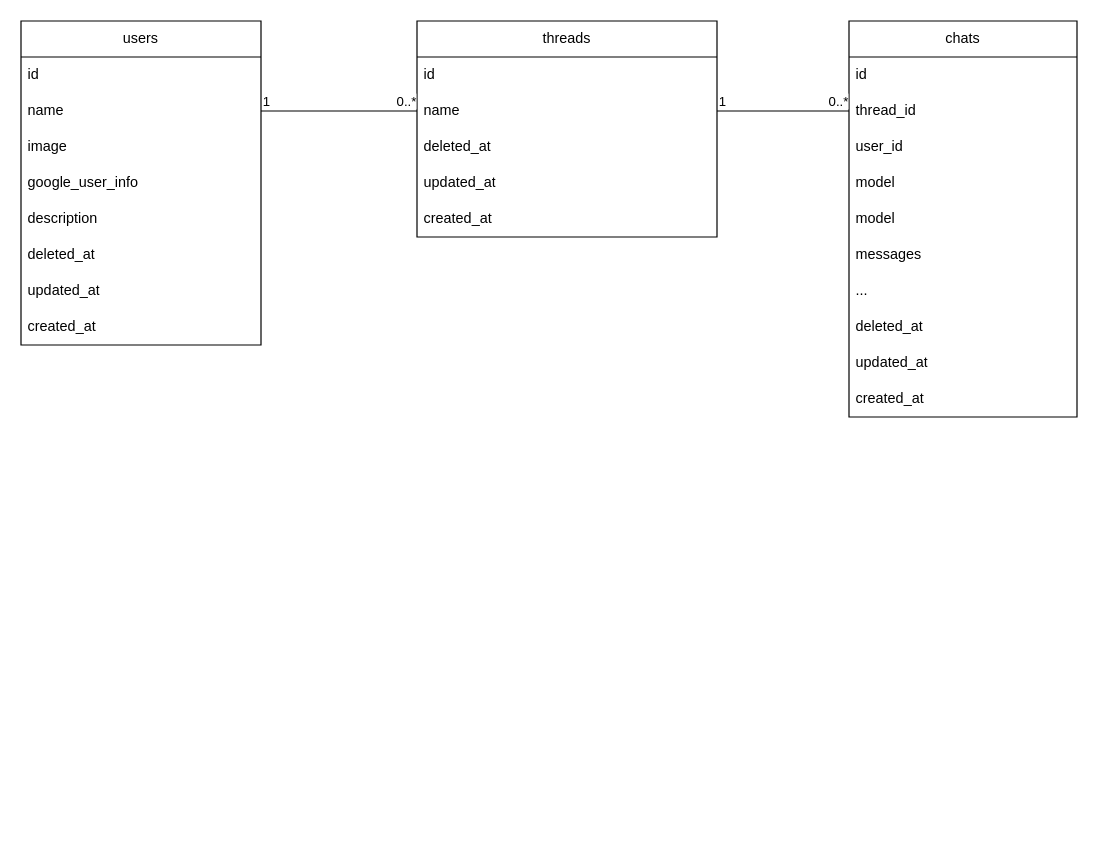
bamboo-house/BambooGPT keeps this draw.io diagram as docs/basic-design/er.drawio. Above is the earlier version. Source tidied: cells renumbered, new cells numbered last; positions are measured from the earlier drawing's top-left corner, leaving out a move shared by most shapes. Both pictures are drawn from the tidied source at 120%, with x=0, y=0 at pixel (20, 20).
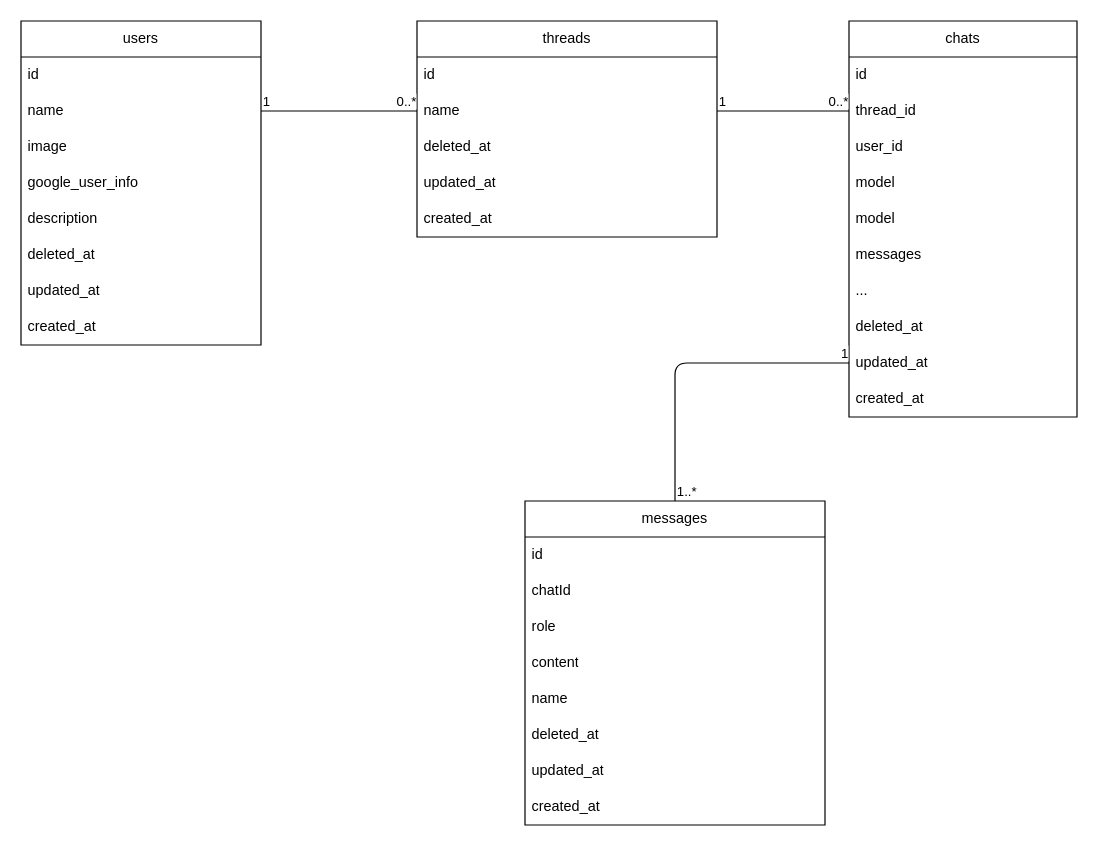
The same page after the edit.

The change refers to these unchanged cells:
```xml
<mxCell id="11" value="updated_at" style="text;strokeColor=none;fillColor=none;align=left;verticalAlign=middle;spacingLeft=4;spacingRight=4;overflow=hidden;points=[[0,0.5],[1,0.5]];portConstraint=eastwest;whiteSpace=wrap;html=1;" parent="2" vertex="1">
  <mxGeometry y="270" width="190" height="30" as="geometry" />
</mxCell>
```

Diff of the diagram source:
```diff
@@
+    <mxCell id="34" value="messages" style="swimlane;fontStyle=0;horizontal=1;startSize=30;whiteSpace=wrap;html=1;" parent="1" vertex="1">
+      <mxGeometry x="420" y="400" width="250" height="270" as="geometry" />
+    </mxCell>
+    <mxCell id="35" value="id" style="text;strokeColor=none;fillColor=none;align=left;verticalAlign=middle;spacingLeft=4;spacingRight=4;overflow=hidden;whiteSpace=wrap;html=1;" parent="34" vertex="1">
+      <mxGeometry y="30" width="250" height="30" as="geometry" />
+    </mxCell>
+    <mxCell id="36" value="chatId" style="text;strokeColor=none;fillColor=none;align=left;verticalAlign=middle;spacingLeft=4;spacingRight=4;overflow=hidden;whiteSpace=wrap;html=1;" parent="34" vertex="1">
+      <mxGeometry y="60" width="250" height="30" as="geometry" />
+    </mxCell>
+    <mxCell id="37" value="role" style="text;strokeColor=none;fillColor=none;align=left;verticalAlign=middle;spacingLeft=4;spacingRight=4;overflow=hidden;whiteSpace=wrap;html=1;" parent="34" vertex="1">
+      <mxGeometry y="90" width="250" height="30" as="geometry" />
+    </mxCell>
+    <mxCell id="38" value="content" style="text;strokeColor=none;fillColor=none;align=left;verticalAlign=middle;spacingLeft=4;spacingRight=4;overflow=hidden;whiteSpace=wrap;html=1;" parent="34" vertex="1">
+      <mxGeometry y="120" width="250" height="30" as="geometry" />
+    </mxCell>
+    <mxCell id="39" value="name" style="text;strokeColor=none;fillColor=none;align=left;verticalAlign=middle;spacingLeft=4;spacingRight=4;overflow=hidden;whiteSpace=wrap;html=1;" parent="34" vertex="1">
+      <mxGeometry y="150" width="250" height="30" as="geometry" />
+    </mxCell>
+    <mxCell id="40" value="deleted_at" style="text;strokeColor=none;fillColor=none;align=left;verticalAlign=middle;spacingLeft=4;spacingRight=4;overflow=hidden;whiteSpace=wrap;html=1;" parent="34" vertex="1">
+      <mxGeometry y="180" width="250" height="30" as="geometry" />
+    </mxCell>
+    <mxCell id="41" value="updated_at" style="text;strokeColor=none;fillColor=none;align=left;verticalAlign=middle;spacingLeft=4;spacingRight=4;overflow=hidden;whiteSpace=wrap;html=1;" parent="34" vertex="1">
+      <mxGeometry y="210" width="250" height="30" as="geometry" />
+    </mxCell>
+    <mxCell id="42" value="created_at" style="text;strokeColor=none;fillColor=none;align=left;verticalAlign=middle;spacingLeft=4;spacingRight=4;overflow=hidden;whiteSpace=wrap;html=1;" parent="34" vertex="1">
+      <mxGeometry y="240" width="250" height="30" as="geometry" />
+    </mxCell>
+    <mxCell id="43" style="endArrow=none;html=1;edgeStyle=orthogonalEdgeStyle;exitX=0.5;exitY=0;exitDx=0;exitDy=0;entryX=0;entryY=0.5;entryDx=0;entryDy=0;" parent="1" edge="1" source="34" target="11">
+      <mxGeometry relative="1" as="geometry" />
+    </mxCell>
+    <mxCell id="44" value="1..*" style="edgeLabel;html=1;align=left;verticalAlign=bottom;" parent="43" vertex="1">
+      <mxGeometry x="-1" relative="1" as="geometry" />
+    </mxCell>
+    <mxCell id="45" value="1" style="edgeLabel;html=1;align=right;verticalAlign=bottom;" parent="43" vertex="1">
+      <mxGeometry x="1" relative="1" as="geometry" />
+    </mxCell>
```
